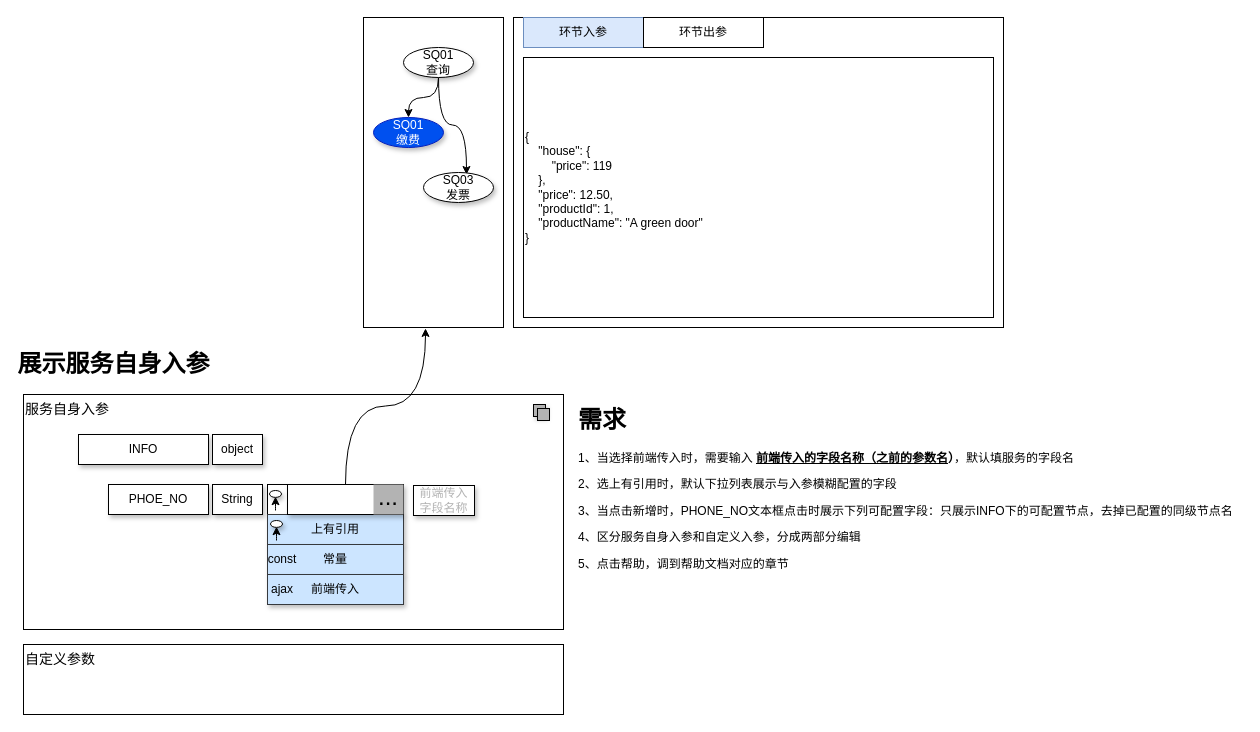
This is page "服务环节入参配置" (8 of 8) of 函数编排.drawio from qymmdj/draw-io, a draw.io file, before an edit. Source tidied: cells renumbered, new cells numbered last; positions are measured from the earlier drawing's top-left corner, leaving out a move shared by most shapes. Both pictures are drawn from the tidied source at 100%, with x=0, y=0 at pixel (23, 17). Pictures stored in the file or linked from it are replaced by grey dashed boxes.
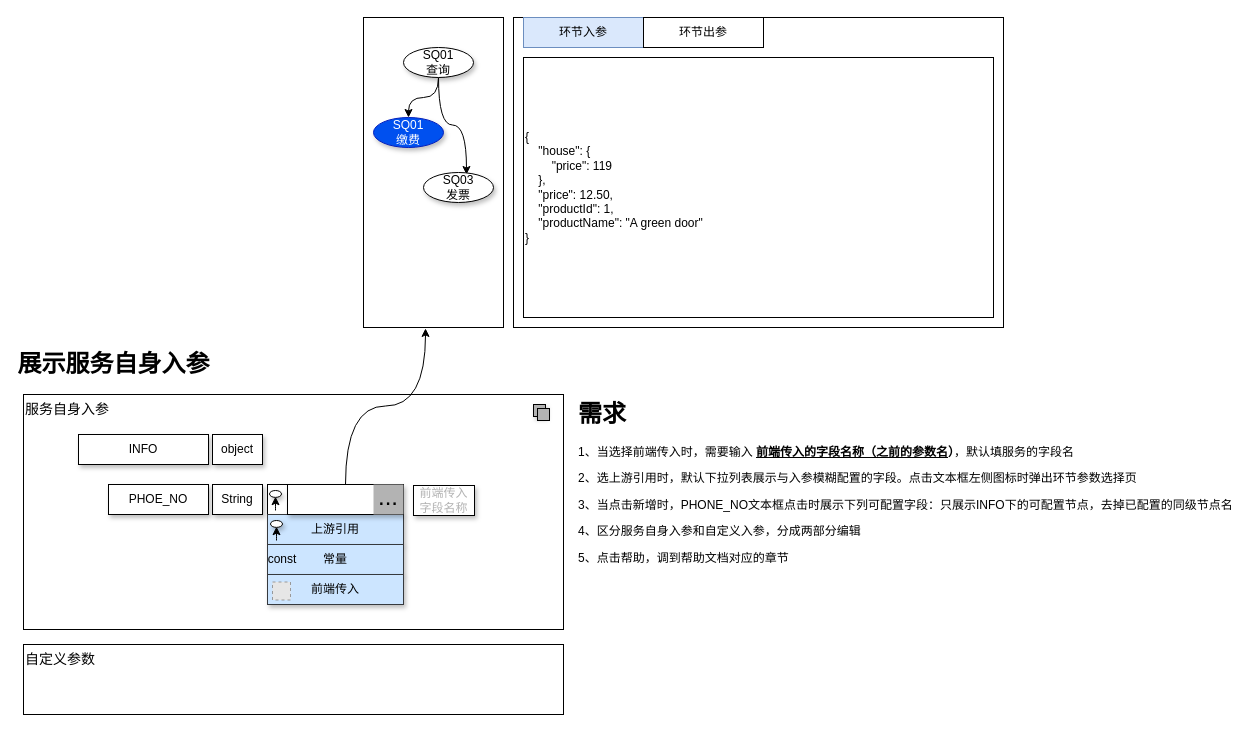
After the change.

The edit, as a diff of the source:
```diff
@@
-    <mxCell id="5" value="上有引用" style="rounded=0;whiteSpace=wrap;html=1;shadow=1;fillColor=#cce5ff;strokeColor=#36393d;" parent="1" vertex="1">
+    <mxCell id="5" value="上游引用" style="rounded=0;whiteSpace=wrap;html=1;shadow=1;fillColor=#cce5ff;strokeColor=#36393d;" parent="1" vertex="1">
       <mxGeometry x="244" y="497" width="136" height="30" as="geometry" />
     </mxCell>
@@
-    <mxCell id="32" value="ajax" style="rounded=0;whiteSpace=wrap;html=1;shadow=0;strokeColor=none;fillColor=none;" parent="1" vertex="1">
-      <mxGeometry x="254" y="562" width="10" height="20" as="geometry" />
-    </mxCell>
-    <mxCell id="33" value="&lt;h1&gt;&lt;font&gt;需求&lt;/font&gt;&lt;/h1&gt;&lt;p&gt;1、当选择前端传入时，需要输入 &lt;b&gt;&lt;u&gt;前端传入的字段名称（之前的参数名&lt;/u&gt;）&lt;/b&gt;，默认填服务的字段名&lt;/p&gt;&lt;p&gt;2、选上有引用时，默认下拉列表展示与入参模糊配置的字段&lt;/p&gt;&lt;p&gt;3、当点击新增时，PHONE_NO文本框点击时展示下列可配置字段：只展示INFO下的可配置节点，去掉已配置的同级节点名&lt;/p&gt;&lt;p&gt;4、区分服务自身入参和自定义入参，分成两部分编辑&lt;/p&gt;&lt;p&gt;5、点击帮助，调到帮助文档对应的章节&lt;/p&gt;" style="text;html=1;strokeColor=none;fillColor=none;spacing=5;spacingTop=-20;whiteSpace=wrap;overflow=hidden;rounded=0;shadow=0;fontColor=#000000;" parent="1" vertex="1">
-      <mxGeometry x="550" y="382.5" width="670" height="224" as="geometry" />
+    <mxCell id="33" value="&lt;h1&gt;&lt;font&gt;需求&lt;/font&gt;&lt;/h1&gt;&lt;p&gt;1、当选择前端传入时，需要输入 &lt;b&gt;&lt;u&gt;前端传入的字段名称（之前的参数名&lt;/u&gt;）&lt;/b&gt;，默认填服务的字段名&lt;/p&gt;&lt;p&gt;2、选上游引用时，默认下拉列表展示与入参模糊配置的字段。点击文本框左侧图标时弹出环节参数选择页&lt;/p&gt;&lt;p&gt;3、当点击新增时，PHONE_NO文本框点击时展示下列可配置字段：只展示INFO下的可配置节点，去掉已配置的同级节点名&lt;/p&gt;&lt;p&gt;4、区分服务自身入参和自定义入参，分成两部分编辑&lt;/p&gt;&lt;p&gt;5、点击帮助，调到帮助文档对应的章节&lt;/p&gt;" style="text;html=1;strokeColor=none;fillColor=none;spacing=5;spacingTop=-20;whiteSpace=wrap;overflow=hidden;rounded=0;shadow=0;fontColor=#000000;" parent="1" vertex="1">
+      <mxGeometry x="550" y="377" width="670" height="180" as="geometry" />
     </mxCell>
@@
+    <mxCell id="38" style="fillColor=#E6E6E6;strokeColor=#999999;dashed=1;html=1;verticalAlign=top;verticalLabelPosition=bottom;labelBackgroundColor=#ffffff;fontSize=14;fontColor=#000000;" parent="1" vertex="1">
+      <mxGeometry x="249" y="564.5" width="18" height="18" as="geometry" />
+    </mxCell>
```
